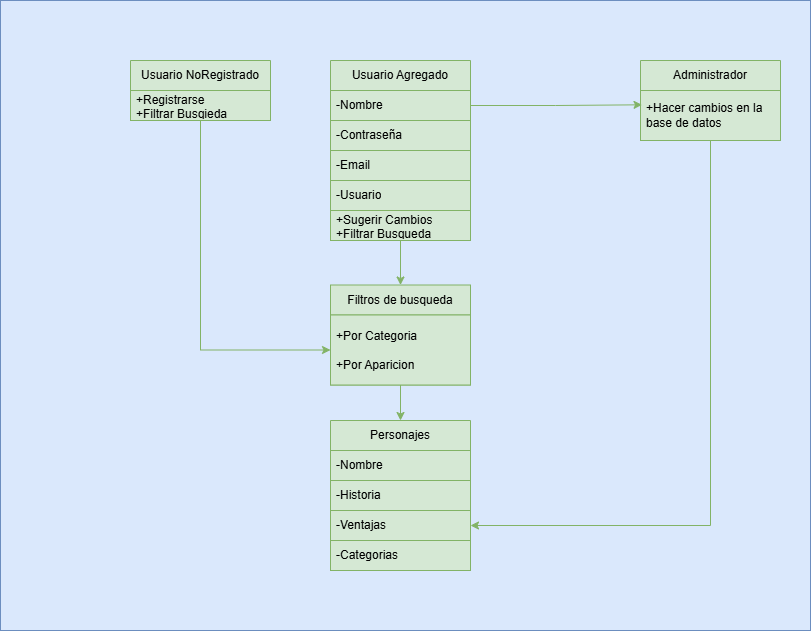
Before: Fate Servants/fate_servant_type/image/DiagramaDeClases.drawio.png, a diagram exported from draw.io (HectorPoleo/fate-type-servant_project). Source tidied: cells renumbered, new cells last; positions are measured from the earlier drawing's top-left corner, leaving out a move shared by most shapes.
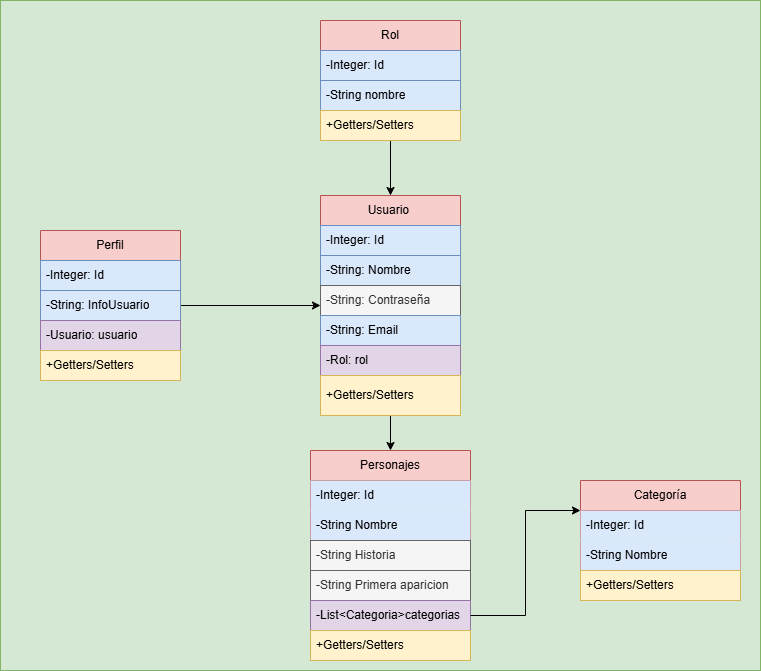
Above is the later version.

Commit message:
Actualizado diagrama de clases

Diff of the diagram source:
```diff
@@ -2,74 +2,101 @@
   <root>
     <mxCell id="0" />
     <mxCell id="1" parent="0" />
-    <mxCell id="2" style="rounded=0;whiteSpace=wrap;html=1;fillColor=#dae8fc;strokeColor=#6c8ebf;" parent="1" vertex="1">
-      <mxGeometry width="810" height="630" as="geometry" />
+    <mxCell id="2" style="rounded=0;whiteSpace=wrap;html=1;fillColor=#d5e8d4;strokeColor=#82b366;" parent="1" vertex="1">
+      <mxGeometry x="10" y="-140" width="760" height="670" as="geometry" />
     </mxCell>
-    <mxCell id="3" style="edgeStyle=orthogonalEdgeStyle;rounded=0;jettySize=auto;html=1;entryX=0.5;entryY=0;entryDx=0;entryDy=0;fillColor=#d5e8d4;strokeColor=#82b366;" parent="1" edge="1" source="4" target="23">
-      <mxGeometry relative="1" as="geometry" />
-    </mxCell>
+    <mxCell id="25" style="edgeStyle=orthogonalEdgeStyle;rounded=0;jettySize=auto;html=1;entryX=0.5;entryY=0;entryDx=0;entryDy=0;" parent="1" edge="1" source="4" target="17">
+      <mxGeometry relative="1" as="geometry" />
+    </mxCell>
-    <mxCell id="4" value="Usuario Agregado" style="swimlane;fontStyle=0;horizontal=1;startSize=30;whiteSpace=wrap;html=1;fillColor=#d5e8d4;strokeColor=#82b366;" parent="1" vertex="1">
-      <mxGeometry x="330" y="60" width="140" height="180" as="geometry" />
+    <mxCell id="4" value="Usuario&amp;nbsp;" style="swimlane;fontStyle=0;horizontal=1;startSize=30;whiteSpace=wrap;html=1;fillColor=#f8cecc;strokeColor=#b85450;" parent="1" vertex="1">
+      <mxGeometry x="330" y="55" width="140" height="220" as="geometry" />
     </mxCell>
+    <mxCell id="8" value="-Integer: Id" style="text;strokeColor=#6c8ebf;fillColor=#dae8fc;align=left;verticalAlign=middle;spacingLeft=4;spacingRight=4;overflow=hidden;whiteSpace=wrap;html=1;" parent="4" vertex="1">
+      <mxGeometry y="30" width="140" height="30" as="geometry" />
+    </mxCell>
-    <mxCell id="5" value="-Nombre" style="text;strokeColor=#82b366;fillColor=#d5e8d4;align=left;verticalAlign=middle;spacingLeft=4;spacingRight=4;overflow=hidden;points=[[0,0.5],[1,0.5]];portConstraint=eastwest;whiteSpace=wrap;html=1;" parent="4" vertex="1">
-      <mxGeometry y="30" width="140" height="30" as="geometry" />
+    <mxCell id="5" value="-String: Nombre" style="text;strokeColor=#6c8ebf;fillColor=#dae8fc;align=left;verticalAlign=middle;spacingLeft=4;spacingRight=4;overflow=hidden;points=[[0,0.5],[1,0.5]];portConstraint=eastwest;whiteSpace=wrap;html=1;" parent="4" vertex="1">
+      <mxGeometry y="60" width="140" height="30" as="geometry" />
     </mxCell>
-    <mxCell id="6" value="-Contraseña" style="text;strokeColor=#82b366;fillColor=#d5e8d4;align=left;verticalAlign=middle;spacingLeft=4;spacingRight=4;overflow=hidden;whiteSpace=wrap;html=1;" parent="4" vertex="1">
-      <mxGeometry y="60" width="140" height="30" as="geometry" />
+    <mxCell id="6" value="-String: Contraseña" style="text;align=left;verticalAlign=middle;spacingLeft=4;spacingRight=4;overflow=hidden;whiteSpace=wrap;html=1;fillColor=#f5f5f5;fontColor=#333333;strokeColor=#666666;" parent="4" vertex="1">
+      <mxGeometry y="90" width="140" height="30" as="geometry" />
     </mxCell>
-    <mxCell id="7" value="-Email" style="text;strokeColor=#82b366;fillColor=#d5e8d4;align=left;verticalAlign=middle;spacingLeft=4;spacingRight=4;overflow=hidden;whiteSpace=wrap;html=1;" parent="4" vertex="1">
-      <mxGeometry y="90" width="140" height="30" as="geometry" />
+    <mxCell id="7" value="-String: Email" style="text;strokeColor=#6c8ebf;fillColor=#dae8fc;align=left;verticalAlign=middle;spacingLeft=4;spacingRight=4;overflow=hidden;whiteSpace=wrap;html=1;" parent="4" vertex="1">
+      <mxGeometry y="120" width="140" height="30" as="geometry" />
     </mxCell>
-    <mxCell id="8" value="-Usuario" style="text;strokeColor=#82b366;fillColor=#d5e8d4;align=left;verticalAlign=middle;spacingLeft=4;spacingRight=4;overflow=hidden;whiteSpace=wrap;html=1;" parent="4" vertex="1">
-      <mxGeometry y="120" width="140" height="30" as="geometry" />
-    </mxCell>
+    <mxCell id="26" value="-Rol: rol" style="text;strokeColor=#9673a6;fillColor=#e1d5e7;align=left;verticalAlign=middle;spacingLeft=4;spacingRight=4;overflow=hidden;whiteSpace=wrap;html=1;" parent="4" vertex="1">
+      <mxGeometry y="150" width="140" height="30" as="geometry" />
+    </mxCell>
-    <mxCell id="9" value="+Sugerir Cambios&lt;div&gt;+Filtrar Busqueda&lt;/div&gt;" style="text;strokeColor=#82b366;fillColor=#d5e8d4;align=left;verticalAlign=middle;spacingLeft=4;spacingRight=4;overflow=hidden;whiteSpace=wrap;html=1;" parent="4" vertex="1">
-      <mxGeometry y="150" width="140" height="30" as="geometry" />
+    <mxCell id="9" value="+Getters/Setters" style="text;strokeColor=#d6b656;fillColor=#fff2cc;align=left;verticalAlign=middle;spacingLeft=4;spacingRight=4;overflow=hidden;whiteSpace=wrap;html=1;" parent="4" vertex="1">
+      <mxGeometry y="180" width="140" height="40" as="geometry" />
     </mxCell>
-    <mxCell id="10" style="edgeStyle=orthogonalEdgeStyle;rounded=0;jettySize=auto;html=1;entryX=0;entryY=0.5;entryDx=0;entryDy=0;fillColor=#d5e8d4;strokeColor=#82b366;" parent="1" edge="1" source="11" target="24">
-      <mxGeometry relative="1" as="geometry" />
-    </mxCell>
-    <mxCell id="11" value="Usuario NoRegistrado" style="swimlane;fontStyle=0;horizontal=1;startSize=30;whiteSpace=wrap;html=1;fillColor=#d5e8d4;strokeColor=#82b366;" parent="1" vertex="1">
-      <mxGeometry x="130" y="60" width="140" height="60" as="geometry" />
-    </mxCell>
-    <mxCell id="12" value="+Registrarse&lt;div&gt;+Filtrar Busqieda&lt;/div&gt;" style="text;strokeColor=#82b366;fillColor=#d5e8d4;align=left;verticalAlign=middle;spacingLeft=4;spacingRight=4;overflow=hidden;whiteSpace=wrap;html=1;" parent="11" vertex="1">
-      <mxGeometry y="30" width="140" height="30" as="geometry" />
-    </mxCell>
-    <mxCell id="13" style="edgeStyle=orthogonalEdgeStyle;rounded=0;jettySize=auto;html=1;entryX=1;entryY=0.5;entryDx=0;entryDy=0;fillColor=#d5e8d4;strokeColor=#82b366;" parent="1" edge="1" source="14" target="20">
-      <mxGeometry relative="1" as="geometry" />
-    </mxCell>
-    <mxCell id="14" value="Administrador" style="swimlane;fontStyle=0;horizontal=1;startSize=30;whiteSpace=wrap;html=1;fillColor=#d5e8d4;strokeColor=#82b366;" parent="1" vertex="1">
-      <mxGeometry x="640" y="60" width="140" height="80" as="geometry" />
-    </mxCell>
-    <mxCell id="15" value="+Hacer cambios en la base de datos" style="text;strokeColor=#82b366;fillColor=#d5e8d4;align=left;verticalAlign=middle;spacingLeft=4;spacingRight=4;overflow=hidden;points=[[0,0.5],[1,0.5]];portConstraint=eastwest;whiteSpace=wrap;html=1;" parent="14" vertex="1">
-      <mxGeometry y="30" width="140" height="50" as="geometry" />
-    </mxCell>
-    <mxCell id="16" style="edgeStyle=orthogonalEdgeStyle;rounded=0;jettySize=auto;html=1;exitX=1;exitY=0.5;exitDx=0;exitDy=0;entryX=0.011;entryY=0.286;entryDx=0;entryDy=0;entryPerimeter=0;fillColor=#d5e8d4;strokeColor=#82b366;" parent="1" edge="1" source="5" target="15">
-      <mxGeometry relative="1" as="geometry" />
-    </mxCell>
-    <mxCell id="17" value="Personajes" style="swimlane;fontStyle=0;horizontal=1;startSize=30;whiteSpace=wrap;html=1;fillColor=#d5e8d4;strokeColor=#82b366;" parent="1" vertex="1">
-      <mxGeometry x="330" y="420" width="140" height="150" as="geometry" />
+    <mxCell id="17" value="Personajes" style="swimlane;fontStyle=0;horizontal=1;startSize=30;whiteSpace=wrap;html=1;fillColor=#f8cecc;strokeColor=#b85450;" parent="1" vertex="1">
+      <mxGeometry x="320" y="310" width="160" height="210" as="geometry" />
     </mxCell>
+    <mxCell id="27" value="-Integer: Id" style="text;strokeColor=none;fillColor=#dae8fc;align=left;verticalAlign=middle;spacingLeft=4;spacingRight=4;overflow=hidden;whiteSpace=wrap;html=1;" parent="17" vertex="1">
+      <mxGeometry y="30" width="160" height="30" as="geometry" />
+    </mxCell>
-    <mxCell id="18" value="-Nombre" style="text;strokeColor=#82b366;fillColor=#d5e8d4;align=left;verticalAlign=middle;spacingLeft=4;spacingRight=4;overflow=hidden;whiteSpace=wrap;html=1;" parent="17" vertex="1">
-      <mxGeometry y="30" width="140" height="30" as="geometry" />
+    <mxCell id="18" value="-String Nombre" style="text;strokeColor=none;fillColor=#dae8fc;align=left;verticalAlign=middle;spacingLeft=4;spacingRight=4;overflow=hidden;whiteSpace=wrap;html=1;" parent="17" vertex="1">
+      <mxGeometry y="60" width="160" height="30" as="geometry" />
     </mxCell>
-    <mxCell id="19" value="-Historia" style="text;strokeColor=#82b366;fillColor=#d5e8d4;align=left;verticalAlign=middle;spacingLeft=4;spacingRight=4;overflow=hidden;whiteSpace=wrap;html=1;" parent="17" vertex="1">
-      <mxGeometry y="60" width="140" height="30" as="geometry" />
+    <mxCell id="19" value="-String Historia" style="text;strokeColor=#666666;fillColor=#f5f5f5;align=left;verticalAlign=middle;spacingLeft=4;spacingRight=4;overflow=hidden;whiteSpace=wrap;html=1;fontColor=#333333;" parent="17" vertex="1">
+      <mxGeometry y="90" width="160" height="30" as="geometry" />
     </mxCell>
-    <mxCell id="20" value="-Ventajas" style="text;strokeColor=#82b366;fillColor=#d5e8d4;align=left;verticalAlign=middle;spacingLeft=4;spacingRight=4;overflow=hidden;points=[[0,0.5],[1,0.5]];portConstraint=eastwest;whiteSpace=wrap;html=1;" parent="17" vertex="1">
-      <mxGeometry y="90" width="140" height="30" as="geometry" />
-    </mxCell>
-    <mxCell id="21" value="-Categorias" style="text;strokeColor=#82b366;fillColor=#d5e8d4;align=left;verticalAlign=middle;spacingLeft=4;spacingRight=4;overflow=hidden;whiteSpace=wrap;html=1;" parent="17" vertex="1">
-      <mxGeometry y="120" width="140" height="30" as="geometry" />
-    </mxCell>
-    <mxCell id="22" style="edgeStyle=orthogonalEdgeStyle;rounded=0;jettySize=auto;html=1;entryX=0.5;entryY=0;entryDx=0;entryDy=0;fillColor=#d5e8d4;strokeColor=#82b366;" parent="1" edge="1" source="23" target="17">
-      <mxGeometry relative="1" as="geometry" />
-    </mxCell>
-    <mxCell id="23" value="Filtros de busqueda" style="swimlane;fontStyle=0;horizontal=1;startSize=30;whiteSpace=wrap;html=1;fillColor=#d5e8d4;strokeColor=#82b366;" parent="1" vertex="1">
-      <mxGeometry x="330" y="284.5" width="140" height="100" as="geometry" />
-    </mxCell>
-    <mxCell id="24" value="+Por Categoria&lt;div&gt;&lt;br&gt;&lt;div&gt;+Por Aparicion&lt;/div&gt;&lt;/div&gt;" style="text;strokeColor=#82b366;fillColor=#d5e8d4;align=left;verticalAlign=middle;spacingLeft=4;spacingRight=4;overflow=hidden;points=[[0,0.5],[1,0.5]];portConstraint=eastwest;whiteSpace=wrap;html=1;" parent="23" vertex="1">
-      <mxGeometry y="30" width="140" height="70" as="geometry" />
-    </mxCell>
+    <mxCell id="28" value="-String Primera aparicion" style="text;strokeColor=#666666;fillColor=#f5f5f5;align=left;verticalAlign=middle;spacingLeft=4;spacingRight=4;overflow=hidden;whiteSpace=wrap;html=1;fontColor=#333333;" parent="17" vertex="1">
+      <mxGeometry y="120" width="160" height="30" as="geometry" />
+    </mxCell>
+    <mxCell id="29" value="-List&amp;lt;Categoria&amp;gt;categorias" style="text;strokeColor=#9673a6;fillColor=#e1d5e7;align=left;verticalAlign=middle;spacingLeft=4;spacingRight=4;overflow=hidden;points=[[0,0.5],[1,0.5]];portConstraint=eastwest;whiteSpace=wrap;html=1;" parent="17" vertex="1">
+      <mxGeometry y="150" width="160" height="30" as="geometry" />
+    </mxCell>
+    <mxCell id="30" value="+Getters/Setters" style="text;strokeColor=#d6b656;fillColor=#fff2cc;align=left;verticalAlign=middle;spacingLeft=4;spacingRight=4;overflow=hidden;whiteSpace=wrap;html=1;" parent="17" vertex="1">
+      <mxGeometry y="180" width="160" height="30" as="geometry" />
+    </mxCell>
+    <mxCell id="31" style="edgeStyle=orthogonalEdgeStyle;rounded=0;jettySize=auto;html=1;" parent="1" edge="1" source="32" target="4">
+      <mxGeometry relative="1" as="geometry" />
+    </mxCell>
+    <mxCell id="32" value="Perfil" style="swimlane;fontStyle=0;horizontal=1;startSize=30;whiteSpace=wrap;html=1;fillColor=#f8cecc;strokeColor=#b85450;" parent="1" vertex="1">
+      <mxGeometry x="50" y="90" width="140" height="150" as="geometry" />
+    </mxCell>
+    <mxCell id="33" value="-Integer: Id" style="text;strokeColor=#6c8ebf;fillColor=#dae8fc;align=left;verticalAlign=middle;spacingLeft=4;spacingRight=4;overflow=hidden;whiteSpace=wrap;html=1;" parent="32" vertex="1">
+      <mxGeometry y="30" width="140" height="30" as="geometry" />
+    </mxCell>
+    <mxCell id="34" value="-String: InfoUsuario" style="text;strokeColor=#6c8ebf;fillColor=#dae8fc;align=left;verticalAlign=middle;spacingLeft=4;spacingRight=4;overflow=hidden;whiteSpace=wrap;html=1;" parent="32" vertex="1">
+      <mxGeometry y="60" width="140" height="30" as="geometry" />
+    </mxCell>
+    <mxCell id="35" value="-Usuario: usuario" style="text;strokeColor=#9673a6;fillColor=#e1d5e7;align=left;verticalAlign=middle;spacingLeft=4;spacingRight=4;overflow=hidden;whiteSpace=wrap;html=1;" parent="32" vertex="1">
+      <mxGeometry y="90" width="140" height="30" as="geometry" />
+    </mxCell>
+    <mxCell id="36" value="+Getters/Setters" style="text;strokeColor=#d6b656;fillColor=#fff2cc;align=left;verticalAlign=middle;spacingLeft=4;spacingRight=4;overflow=hidden;whiteSpace=wrap;html=1;" parent="32" vertex="1">
+      <mxGeometry y="120" width="140" height="30" as="geometry" />
+    </mxCell>
+    <mxCell id="37" style="edgeStyle=orthogonalEdgeStyle;rounded=0;jettySize=auto;html=1;" parent="1" edge="1" source="38" target="4">
+      <mxGeometry relative="1" as="geometry" />
+    </mxCell>
+    <mxCell id="38" value="Rol" style="swimlane;fontStyle=0;horizontal=1;startSize=30;whiteSpace=wrap;html=1;fillColor=#f8cecc;strokeColor=#b85450;" parent="1" vertex="1">
+      <mxGeometry x="330" y="-120" width="140" height="120" as="geometry" />
+    </mxCell>
+    <mxCell id="39" value="-Integer: Id" style="text;strokeColor=#6c8ebf;fillColor=#dae8fc;align=left;verticalAlign=middle;spacingLeft=4;spacingRight=4;overflow=hidden;whiteSpace=wrap;html=1;" parent="38" vertex="1">
+      <mxGeometry y="30" width="140" height="30" as="geometry" />
+    </mxCell>
+    <mxCell id="40" value="-String nombre" style="text;strokeColor=#6c8ebf;fillColor=#dae8fc;align=left;verticalAlign=middle;spacingLeft=4;spacingRight=4;overflow=hidden;whiteSpace=wrap;html=1;" parent="38" vertex="1">
+      <mxGeometry y="60" width="140" height="30" as="geometry" />
+    </mxCell>
+    <mxCell id="41" value="&lt;span style=&quot;background-color: transparent; color: light-dark(rgb(0, 0, 0), rgb(255, 255, 255));&quot;&gt;+Getters/Setters&lt;/span&gt;" style="text;strokeColor=#d6b656;fillColor=#fff2cc;align=left;verticalAlign=middle;spacingLeft=4;spacingRight=4;overflow=hidden;whiteSpace=wrap;html=1;" parent="38" vertex="1">
+      <mxGeometry y="90" width="140" height="30" as="geometry" />
+    </mxCell>
+    <mxCell id="42" value="Categoría" style="swimlane;fontStyle=0;horizontal=1;startSize=30;whiteSpace=wrap;html=1;fillColor=#f8cecc;strokeColor=#b85450;" parent="1" vertex="1">
+      <mxGeometry x="590" y="340" width="160" height="120" as="geometry" />
+    </mxCell>
+    <mxCell id="43" value="-Integer: Id" style="text;strokeColor=none;fillColor=#dae8fc;align=left;verticalAlign=middle;spacingLeft=4;spacingRight=4;overflow=hidden;whiteSpace=wrap;html=1;" parent="42" vertex="1">
+      <mxGeometry y="30" width="160" height="30" as="geometry" />
+    </mxCell>
+    <mxCell id="44" value="-String Nombre" style="text;strokeColor=none;fillColor=#dae8fc;align=left;verticalAlign=middle;spacingLeft=4;spacingRight=4;overflow=hidden;whiteSpace=wrap;html=1;" parent="42" vertex="1">
+      <mxGeometry y="60" width="160" height="30" as="geometry" />
+    </mxCell>
+    <mxCell id="45" value="+Getters/Setters" style="text;strokeColor=#d6b656;fillColor=#fff2cc;align=left;verticalAlign=middle;spacingLeft=4;spacingRight=4;overflow=hidden;whiteSpace=wrap;html=1;" parent="42" vertex="1">
+      <mxGeometry y="90" width="160" height="30" as="geometry" />
+    </mxCell>
+    <mxCell id="46" style="edgeStyle=orthogonalEdgeStyle;rounded=0;jettySize=auto;html=1;exitX=1;exitY=0.5;exitDx=0;exitDy=0;entryX=0;entryY=0.25;entryDx=0;entryDy=0;" parent="1" edge="1" source="29" target="42">
+      <mxGeometry relative="1" as="geometry" />
+    </mxCell>
   </root>
 </mxGraphModel>
```
